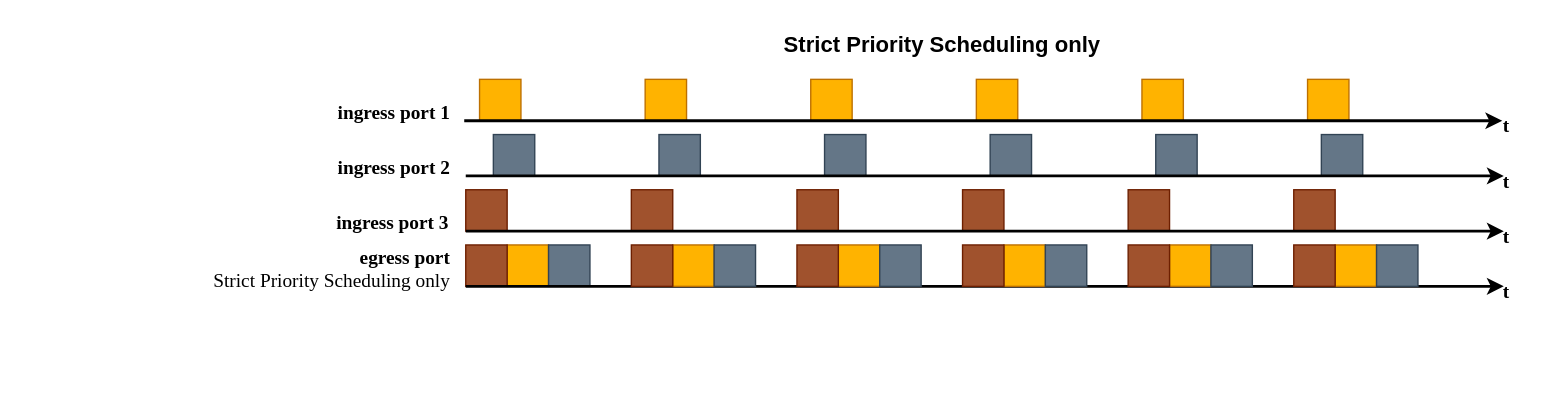
The draw.io diagram static/images/traffic-shaping-strict-prio.drawio in avb-academy/avb_academy, before the edit. Source tidied: cells renumbered, new cells numbered last; positions are measured from the earlier drawing's top-left corner, leaving out a move shared by most shapes. Both pictures are drawn from the tidied source at 138%, with x=0, y=0 at pixel (175, 23).
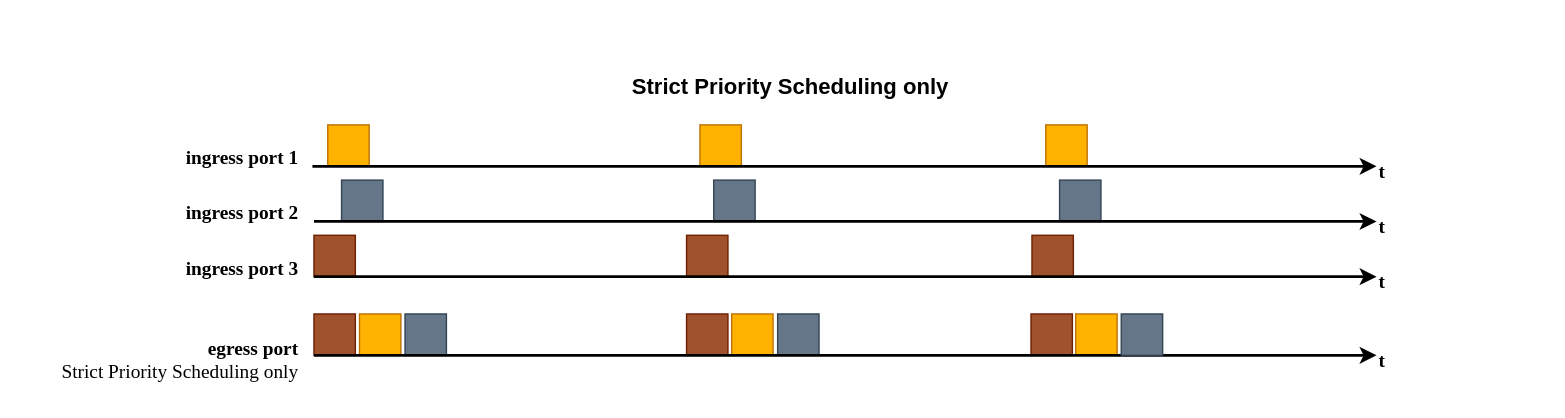
The same diagram, later.

Commit message (it also covers changes not shown here):
ref #90 updates cbs and SP figure

The edit, as a diff of the source:
```diff
@@
-    <mxCell id="2" style="rounded=0;whiteSpace=wrap;html=1;fillColor=#FFB300;fontColor=#000000;strokeColor=#BD7000;" parent="1" vertex="1">
-      <mxGeometry x="220" y="40" width="30" height="30" as="geometry" />
-    </mxCell>
-    <mxCell id="3" style="rounded=0;whiteSpace=wrap;html=1;fillColor=#FFB300;fontColor=#000000;strokeColor=#BD7000;" parent="1" vertex="1">
-      <mxGeometry x="340" y="40" width="30" height="30" as="geometry" />
-    </mxCell>
-    <mxCell id="4" style="rounded=0;whiteSpace=wrap;html=1;fillColor=#647687;fontColor=#ffffff;strokeColor=#314354;" parent="1" vertex="1">
-      <mxGeometry x="230" y="80" width="30" height="30" as="geometry" />
-    </mxCell>
-    <mxCell id="5" style="rounded=0;whiteSpace=wrap;html=1;fillColor=#647687;fontColor=#ffffff;strokeColor=#314354;" parent="1" vertex="1">
-      <mxGeometry x="350" y="80" width="30" height="30" as="geometry" />
-    </mxCell>
-    <mxCell id="6" style="rounded=0;whiteSpace=wrap;html=1;fillColor=#FFB300;fontColor=#000000;strokeColor=#BD7000;" parent="1" vertex="1">
-      <mxGeometry x="240" y="160" width="30" height="30" as="geometry" />
-    </mxCell>
-    <mxCell id="7" style="rounded=0;whiteSpace=wrap;html=1;fillColor=#647687;fontColor=#ffffff;strokeColor=#314354;" parent="1" vertex="1">
-      <mxGeometry x="270" y="160" width="30" height="30" as="geometry" />
-    </mxCell>
-    <mxCell id="8" style="rounded=0;whiteSpace=wrap;html=1;fillColor=#FFB300;fontColor=#000000;strokeColor=#BD7000;" parent="1" vertex="1">
-      <mxGeometry x="460" y="40" width="30" height="30" as="geometry" />
-    </mxCell>
-    <mxCell id="9" style="rounded=0;whiteSpace=wrap;html=1;fillColor=#FFB300;fontColor=#000000;strokeColor=#BD7000;" parent="1" vertex="1">
-      <mxGeometry x="580" y="40" width="30" height="30" as="geometry" />
-    </mxCell>
-    <mxCell id="10" style="rounded=0;whiteSpace=wrap;html=1;fillColor=#647687;fontColor=#ffffff;strokeColor=#314354;" parent="1" vertex="1">
-      <mxGeometry x="470" y="80" width="30" height="30" as="geometry" />
-    </mxCell>
-    <mxCell id="11" style="rounded=0;whiteSpace=wrap;html=1;fillColor=#647687;fontColor=#ffffff;strokeColor=#314354;" parent="1" vertex="1">
-      <mxGeometry x="590" y="80" width="30" height="30" as="geometry" />
-    </mxCell>
-    <mxCell id="12" style="rounded=0;whiteSpace=wrap;html=1;fillColor=#a0522d;fontColor=#ffffff;strokeColor=#6D1F00;" parent="1" vertex="1">
-      <mxGeometry x="210" y="120" width="30" height="30" as="geometry" />
-    </mxCell>
-    <mxCell id="13" style="rounded=0;whiteSpace=wrap;html=1;fillColor=#a0522d;fontColor=#ffffff;strokeColor=#6D1F00;" parent="1" vertex="1">
-      <mxGeometry x="330" y="120" width="30" height="30" as="geometry" />
-    </mxCell>
-    <mxCell id="14" style="rounded=0;whiteSpace=wrap;html=1;fillColor=#a0522d;fontColor=#ffffff;strokeColor=#6D1F00;" parent="1" vertex="1">
-      <mxGeometry x="450" y="120" width="30" height="30" as="geometry" />
-    </mxCell>
-    <mxCell id="15" style="rounded=0;whiteSpace=wrap;html=1;fillColor=#a0522d;fontColor=#ffffff;strokeColor=#6D1F00;" parent="1" vertex="1">
-      <mxGeometry x="570" y="120" width="30" height="30" as="geometry" />
-    </mxCell>
-    <mxCell id="16" style="rounded=0;whiteSpace=wrap;html=1;fillColor=#a0522d;fontColor=#ffffff;strokeColor=#6D1F00;" parent="1" vertex="1">
-      <mxGeometry x="210" y="160" width="30" height="30" as="geometry" />
-    </mxCell>
-    <mxCell id="17" style="rounded=0;whiteSpace=wrap;html=1;fillColor=#FFB300;fontColor=#000000;strokeColor=#BD7000;" parent="1" vertex="1">
-      <mxGeometry x="700" y="40" width="30" height="30" as="geometry" />
-    </mxCell>
-    <mxCell id="18" style="rounded=0;whiteSpace=wrap;html=1;fillColor=#FFB300;fontColor=#000000;strokeColor=#BD7000;" parent="1" vertex="1">
-      <mxGeometry x="820" y="40" width="30" height="30" as="geometry" />
-    </mxCell>
-    <mxCell id="19" style="rounded=0;whiteSpace=wrap;html=1;fillColor=#647687;fontColor=#ffffff;strokeColor=#314354;" parent="1" vertex="1">
-      <mxGeometry x="710" y="80" width="30" height="30" as="geometry" />
-    </mxCell>
-    <mxCell id="20" style="rounded=0;whiteSpace=wrap;html=1;fillColor=#647687;fontColor=#ffffff;strokeColor=#314354;" parent="1" vertex="1">
-      <mxGeometry x="830" y="80" width="30" height="30" as="geometry" />
-    </mxCell>
-    <mxCell id="21" style="rounded=0;whiteSpace=wrap;html=1;fillColor=#a0522d;fontColor=#ffffff;strokeColor=#6D1F00;" parent="1" vertex="1">
-      <mxGeometry x="690" y="120" width="30" height="30" as="geometry" />
-    </mxCell>
-    <mxCell id="22" style="rounded=0;whiteSpace=wrap;html=1;fillColor=#a0522d;fontColor=#ffffff;strokeColor=#6D1F00;" parent="1" vertex="1">
-      <mxGeometry x="810" y="120" width="30" height="30" as="geometry" />
-    </mxCell>
-    <mxCell id="23" style="endArrow=classic;html=1;rounded=0;strokeColor=#000000;fontColor=#FFFFFF;labelBackgroundColor=none;strokeWidth=2;" parent="1" edge="1">
-      <mxGeometry relative="1" as="geometry">
-        <mxPoint x="210" y="190" as="sourcePoint" />
-        <mxPoint x="962.2" y="190" as="targetPoint" />
-      </mxGeometry>
-    </mxCell>
-    <mxCell id="24" style="endArrow=classic;html=1;rounded=0;strokeColor=#000000;fontColor=#FFFFFF;labelBackgroundColor=none;strokeWidth=2;" parent="1" edge="1">
-      <mxGeometry relative="1" as="geometry">
-        <mxPoint x="210" y="150" as="sourcePoint" />
-        <mxPoint x="962.2" y="150" as="targetPoint" />
-      </mxGeometry>
-    </mxCell>
-    <mxCell id="25" style="endArrow=classic;html=1;rounded=0;strokeColor=#000000;fontColor=#FFFFFF;labelBackgroundColor=none;strokeWidth=2;" parent="1" edge="1">
-      <mxGeometry relative="1" as="geometry">
-        <mxPoint x="210" y="110" as="sourcePoint" />
-        <mxPoint x="962.2" y="110" as="targetPoint" />
-      </mxGeometry>
-    </mxCell>
-    <mxCell id="26" style="endArrow=classic;html=1;rounded=0;strokeColor=#000000;fontColor=#FFFFFF;labelBackgroundColor=none;strokeWidth=2;" parent="1" edge="1">
-      <mxGeometry relative="1" as="geometry">
-        <mxPoint x="208.9" y="70" as="sourcePoint" />
-        <mxPoint x="961.1" y="70" as="targetPoint" />
-      </mxGeometry>
-    </mxCell>
+    <mxCell id="51" value="&lt;b&gt;&lt;font face=&quot;Times New Roman&quot;&gt;&lt;font style=&quot;font-size: 14px;&quot;&gt;t&lt;/font&gt;&lt;/font&gt;&lt;/b&gt;" style="text;html=1;align=left;verticalAlign=middle;strokeColor=none;fillColor=none;fontColor=#000000;labelBackgroundColor=none;" parent="1" vertex="1">
+      <mxGeometry x="870" y="230" width="30" height="30" as="geometry" />
+    </mxCell>
+    <mxCell id="52" style="rounded=0;whiteSpace=wrap;html=1;fillColor=#FFB300;fontColor=#000000;strokeColor=#BD7000;" parent="1" vertex="1">
+      <mxGeometry x="110" y="73" width="30" height="30" as="geometry" />
+    </mxCell>
+    <mxCell id="53" style="rounded=0;whiteSpace=wrap;html=1;fillColor=#FFB300;fontColor=#000000;strokeColor=#BD7000;" parent="1" vertex="1">
+      <mxGeometry x="379.7" y="73" width="30" height="30" as="geometry" />
+    </mxCell>
+    <mxCell id="54" style="rounded=0;whiteSpace=wrap;html=1;fillColor=#647687;fontColor=#ffffff;strokeColor=#314354;" parent="1" vertex="1">
+      <mxGeometry x="120" y="113" width="30" height="30" as="geometry" />
+    </mxCell>
+    <mxCell id="55" style="rounded=0;whiteSpace=wrap;html=1;fillColor=#647687;fontColor=#ffffff;strokeColor=#314354;" parent="1" vertex="1">
+      <mxGeometry x="389.7" y="113" width="30" height="30" as="geometry" />
+    </mxCell>
+    <mxCell id="56" style="rounded=0;whiteSpace=wrap;html=1;fillColor=#FFB300;fontColor=#000000;strokeColor=#BD7000;" parent="1" vertex="1">
+      <mxGeometry x="630.3" y="73" width="30" height="30" as="geometry" />
+    </mxCell>
+    <mxCell id="57" style="rounded=0;whiteSpace=wrap;html=1;fillColor=#647687;fontColor=#ffffff;strokeColor=#314354;" parent="1" vertex="1">
+      <mxGeometry x="640.3" y="113" width="30" height="30" as="geometry" />
+    </mxCell>
+    <mxCell id="58" style="rounded=0;whiteSpace=wrap;html=1;fillColor=#a0522d;fontColor=#ffffff;strokeColor=#6D1F00;" parent="1" vertex="1">
+      <mxGeometry x="100" y="153" width="30" height="30" as="geometry" />
+    </mxCell>
+    <mxCell id="59" style="rounded=0;whiteSpace=wrap;html=1;fillColor=#a0522d;fontColor=#ffffff;strokeColor=#6D1F00;" parent="1" vertex="1">
+      <mxGeometry x="370" y="153" width="30" height="30" as="geometry" />
+    </mxCell>
+    <mxCell id="60" style="rounded=0;whiteSpace=wrap;html=1;fillColor=#a0522d;fontColor=#ffffff;strokeColor=#6D1F00;" parent="1" vertex="1">
+      <mxGeometry x="620.3" y="153" width="30" height="30" as="geometry" />
+    </mxCell>
+    <mxCell id="61" style="endArrow=classic;html=1;rounded=0;strokeColor=#000000;fontColor=#FFFFFF;labelBackgroundColor=none;strokeWidth=2;" parent="1" edge="1">
+      <mxGeometry relative="1" as="geometry">
+        <mxPoint x="100" y="183" as="sourcePoint" />
+        <mxPoint x="870" y="183" as="targetPoint" />
+      </mxGeometry>
+    </mxCell>
+    <mxCell id="62" style="endArrow=classic;html=1;rounded=0;strokeColor=#000000;fontColor=#FFFFFF;labelBackgroundColor=none;strokeWidth=2;" parent="1" edge="1">
+      <mxGeometry relative="1" as="geometry">
+        <mxPoint x="100" y="143" as="sourcePoint" />
+        <mxPoint x="870" y="143" as="targetPoint" />
+      </mxGeometry>
+    </mxCell>
+    <mxCell id="63" style="endArrow=classic;html=1;rounded=0;strokeColor=#000000;fontColor=#FFFFFF;labelBackgroundColor=none;strokeWidth=2;" parent="1" edge="1">
+      <mxGeometry relative="1" as="geometry">
+        <mxPoint x="98.9" y="103" as="sourcePoint" />
+        <mxPoint x="870" y="103" as="targetPoint" />
+      </mxGeometry>
+    </mxCell>
     <mxCell id="27" value="&lt;b&gt;&lt;font face=&quot;Times New Roman&quot;&gt;&lt;font style=&quot;font-size: 14px;&quot;&gt;ingress port 1&lt;/font&gt;&lt;/font&gt;&lt;/b&gt;" style="text;html=1;align=right;verticalAlign=middle;strokeColor=none;fillColor=none;fontColor=#000000;" parent="1" vertex="1">
-      <mxGeometry x="100" y="50" width="100" height="30" as="geometry" />
+      <mxGeometry x="-10" y="83" width="100" height="30" as="geometry" />
     </mxCell>
     <mxCell id="28" value="&lt;b&gt;&lt;font face=&quot;Times New Roman&quot;&gt;&lt;font style=&quot;font-size: 14px;&quot;&gt;ingress port 2&lt;/font&gt;&lt;/font&gt;&lt;/b&gt;" style="text;html=1;align=right;verticalAlign=middle;strokeColor=none;fillColor=none;fontColor=#000000;" parent="1" vertex="1">
-      <mxGeometry x="100" y="90" width="100" height="30" as="geometry" />
+      <mxGeometry x="-10" y="123" width="100" height="30" as="geometry" />
     </mxCell>
     <mxCell id="29" value="&lt;b&gt;&lt;font face=&quot;Times New Roman&quot;&gt;&lt;font style=&quot;font-size: 14px;&quot;&gt;ingress port 3&lt;/font&gt;&lt;/font&gt;&lt;/b&gt;" style="text;html=1;align=right;verticalAlign=middle;strokeColor=none;fillColor=none;fontColor=#000000;" parent="1" vertex="1">
-      <mxGeometry x="99" y="130" width="100" height="30" as="geometry" />
+      <mxGeometry x="-10" y="163" width="100" height="30" as="geometry" />
     </mxCell>
-    <mxCell id="30" value="&lt;b&gt;&lt;font face=&quot;Times New Roman&quot;&gt;&lt;font style=&quot;font-size: 14px;&quot;&gt;t&lt;/font&gt;&lt;/font&gt;&lt;/b&gt;" style="text;html=1;align=left;verticalAlign=middle;strokeColor=none;fillColor=none;fontColor=#000000;labelBackgroundColor=none;" parent="1" vertex="1">
-      <mxGeometry x="960" y="60" width="30" height="30" as="geometry" />
-    </mxCell>
-    <mxCell id="31" value="&lt;b&gt;&lt;font face=&quot;Times New Roman&quot;&gt;&lt;font style=&quot;font-size: 14px;&quot;&gt;t&lt;/font&gt;&lt;/font&gt;&lt;/b&gt;" style="text;html=1;align=left;verticalAlign=middle;strokeColor=none;fillColor=none;fontColor=#000000;labelBackgroundColor=none;" parent="1" vertex="1">
-      <mxGeometry x="960" y="100" width="30" height="30" as="geometry" />
-    </mxCell>
-    <mxCell id="32" value="&lt;b&gt;&lt;font face=&quot;Times New Roman&quot;&gt;&lt;font style=&quot;font-size: 14px;&quot;&gt;t&lt;/font&gt;&lt;/font&gt;&lt;/b&gt;" style="text;html=1;align=left;verticalAlign=middle;strokeColor=none;fillColor=none;fontColor=#000000;labelBackgroundColor=none;" parent="1" vertex="1">
-      <mxGeometry x="960" y="140" width="30" height="30" as="geometry" />
-    </mxCell>
-    <mxCell id="33" value="&lt;b&gt;&lt;font face=&quot;Times New Roman&quot;&gt;&lt;font style=&quot;font-size: 14px;&quot;&gt;t&lt;/font&gt;&lt;/font&gt;&lt;/b&gt;" style="text;html=1;align=left;verticalAlign=middle;strokeColor=none;fillColor=none;fontColor=#000000;labelBackgroundColor=none;" parent="1" vertex="1">
-      <mxGeometry x="960" y="180" width="30" height="30" as="geometry" />
-    </mxCell>
     <mxCell id="34" value="&lt;b&gt;&lt;font style=&quot;font-size: 16px;&quot;&gt;Strict Priority Scheduling only&lt;/font&gt;&lt;/b&gt;" style="text;html=1;align=center;verticalAlign=middle;strokeColor=none;fillColor=none;fontColor=#000000;" parent="1" vertex="1">
-      <mxGeometry x="430" width="250" height="30" as="geometry" />
+      <mxGeometry x="320" y="30" width="250" height="30" as="geometry" />
     </mxCell>
+    <mxCell id="64" style="rounded=0;whiteSpace=wrap;html=1;fillColor=#FFB300;fontColor=#000000;strokeColor=#BD7000;" parent="1" vertex="1">
+      <mxGeometry x="133" y="210" width="30" height="30" as="geometry" />
+    </mxCell>
+    <mxCell id="65" style="rounded=0;whiteSpace=wrap;html=1;fillColor=#647687;fontColor=#ffffff;strokeColor=#314354;" parent="1" vertex="1">
+      <mxGeometry x="166" y="210" width="30" height="30" as="geometry" />
+    </mxCell>
+    <mxCell id="66" style="rounded=0;whiteSpace=wrap;html=1;fillColor=#a0522d;fontColor=#ffffff;strokeColor=#6D1F00;" parent="1" vertex="1">
+      <mxGeometry x="100" y="210" width="30" height="30" as="geometry" />
+    </mxCell>
+    <mxCell id="67" style="rounded=0;whiteSpace=wrap;html=1;fillColor=#FFB300;fontColor=#000000;strokeColor=#BD7000;" parent="1" vertex="1">
+      <mxGeometry x="402.7" y="210" width="30" height="30" as="geometry" />
+    </mxCell>
+    <mxCell id="68" style="rounded=0;whiteSpace=wrap;html=1;fillColor=#647687;fontColor=#ffffff;strokeColor=#314354;" parent="1" vertex="1">
+      <mxGeometry x="436" y="210" width="30" height="30" as="geometry" />
+    </mxCell>
+    <mxCell id="69" style="rounded=0;whiteSpace=wrap;html=1;fillColor=#a0522d;fontColor=#ffffff;strokeColor=#6D1F00;" parent="1" vertex="1">
+      <mxGeometry x="370" y="210" width="30" height="30" as="geometry" />
+    </mxCell>
+    <mxCell id="70" style="rounded=0;whiteSpace=wrap;html=1;fillColor=#FFB300;fontColor=#000000;strokeColor=#BD7000;" parent="1" vertex="1">
+      <mxGeometry x="652" y="210" width="30" height="30" as="geometry" />
+    </mxCell>
+    <mxCell id="71" style="rounded=0;whiteSpace=wrap;html=1;fillColor=#a0522d;fontColor=#ffffff;strokeColor=#6D1F00;" parent="1" vertex="1">
+      <mxGeometry x="619.6" y="210" width="30" height="30" as="geometry" />
+    </mxCell>
+    <mxCell id="72" style="endArrow=none;html=1;rounded=0;fillColor=#a0522d;strokeColor=#bd7000;strokeWidth=1;entryX=0;entryY=1;entryDx=0;entryDy=0;dashed=1;" parent="1" edge="1" source="77">
+      <mxGeometry relative="1" as="geometry">
+        <mxPoint x="695.3" y="240" as="targetPoint" />
+      </mxGeometry>
+    </mxCell>
+    <mxCell id="73" style="endArrow=classic;html=1;rounded=0;strokeColor=#000000;fontColor=#FFFFFF;labelBackgroundColor=none;strokeWidth=2;" parent="1" edge="1">
+      <mxGeometry relative="1" as="geometry">
+        <mxPoint x="100" y="240" as="sourcePoint" />
+        <mxPoint x="870" y="240" as="targetPoint" />
+      </mxGeometry>
+    </mxCell>
+    <mxCell id="74" value="&lt;b&gt;&lt;font face=&quot;Times New Roman&quot;&gt;&lt;font style=&quot;font-size: 14px;&quot;&gt;t&lt;/font&gt;&lt;/font&gt;&lt;/b&gt;" style="text;html=1;align=left;verticalAlign=middle;strokeColor=none;fillColor=none;fontColor=#000000;labelBackgroundColor=none;" parent="1" vertex="1">
+      <mxGeometry x="870" y="173" width="30" height="30" as="geometry" />
+    </mxCell>
+    <mxCell id="75" value="&lt;b&gt;&lt;font face=&quot;Times New Roman&quot;&gt;&lt;font style=&quot;font-size: 14px;&quot;&gt;t&lt;/font&gt;&lt;/font&gt;&lt;/b&gt;" style="text;html=1;align=left;verticalAlign=middle;strokeColor=none;fillColor=none;fontColor=#000000;labelBackgroundColor=none;" parent="1" vertex="1">
+      <mxGeometry x="870" y="133" width="30" height="30" as="geometry" />
+    </mxCell>
+    <mxCell id="76" value="&lt;b&gt;&lt;font face=&quot;Times New Roman&quot;&gt;&lt;font style=&quot;font-size: 14px;&quot;&gt;t&lt;/font&gt;&lt;/font&gt;&lt;/b&gt;" style="text;html=1;align=left;verticalAlign=middle;strokeColor=none;fillColor=none;fontColor=#000000;labelBackgroundColor=none;" parent="1" vertex="1">
+      <mxGeometry x="870" y="93" width="30" height="30" as="geometry" />
+    </mxCell>
-    <mxCell id="35" value="&lt;font style=&quot;&quot; face=&quot;Times New Roman&quot;&gt;&lt;font style=&quot;font-size: 14px;&quot;&gt;&lt;b style=&quot;&quot;&gt;egress port&lt;/b&gt;&lt;br&gt;Strict Priority Scheduling only&lt;/font&gt;&lt;/font&gt;" style="text;html=1;align=right;verticalAlign=middle;strokeColor=none;fillColor=none;fontColor=#000000;" parent="1" vertex="1">
-      <mxGeometry y="153" width="200" height="50" as="geometry" />
+    <mxCell id="35" value="&lt;font style=&quot;&quot; face=&quot;Times New Roman&quot;&gt;&lt;font style=&quot;font-size: 14px;&quot;&gt;&lt;b style=&quot;&quot;&gt;egress port&lt;/b&gt;&lt;br&gt;&lt;/font&gt;&lt;/font&gt;&lt;font style=&quot;&quot; face=&quot;Times New Roman&quot;&gt;&lt;font style=&quot;font-size: 14px;&quot;&gt;Strict Priority Scheduling only&lt;/font&gt;&lt;/font&gt;" style="text;html=1;align=right;verticalAlign=middle;strokeColor=none;fillColor=none;fontColor=#000000;" parent="1" vertex="1">
+      <mxGeometry x="-110" y="219" width="200" height="50" as="geometry" />
     </mxCell>
-    <mxCell id="36" style="rounded=0;whiteSpace=wrap;html=1;fillColor=#FFB300;fontColor=#000000;strokeColor=#BD7000;" parent="1" vertex="1">
-      <mxGeometry x="360" y="160" width="30" height="30" as="geometry" />
-    </mxCell>
-    <mxCell id="37" style="rounded=0;whiteSpace=wrap;html=1;fillColor=#647687;fontColor=#ffffff;strokeColor=#314354;" parent="1" vertex="1">
-      <mxGeometry x="390" y="160" width="30" height="30" as="geometry" />
-    </mxCell>
-    <mxCell id="38" style="rounded=0;whiteSpace=wrap;html=1;fillColor=#a0522d;fontColor=#ffffff;strokeColor=#6D1F00;" parent="1" vertex="1">
-      <mxGeometry x="330" y="160" width="30" height="30" as="geometry" />
-    </mxCell>
-    <mxCell id="39" style="rounded=0;whiteSpace=wrap;html=1;fillColor=#FFB300;fontColor=#000000;strokeColor=#BD7000;" parent="1" vertex="1">
-      <mxGeometry x="480" y="160" width="30" height="30" as="geometry" />
-    </mxCell>
-    <mxCell id="40" style="rounded=0;whiteSpace=wrap;html=1;fillColor=#647687;fontColor=#ffffff;strokeColor=#314354;" parent="1" vertex="1">
-      <mxGeometry x="510" y="160" width="30" height="30" as="geometry" />
-    </mxCell>
-    <mxCell id="41" style="rounded=0;whiteSpace=wrap;html=1;fillColor=#a0522d;fontColor=#ffffff;strokeColor=#6D1F00;" parent="1" vertex="1">
-      <mxGeometry x="450" y="160" width="30" height="30" as="geometry" />
-    </mxCell>
-    <mxCell id="42" style="rounded=0;whiteSpace=wrap;html=1;fillColor=#FFB300;fontColor=#000000;strokeColor=#BD7000;" parent="1" vertex="1">
-      <mxGeometry x="600" y="160" width="30" height="30" as="geometry" />
-    </mxCell>
-    <mxCell id="43" style="rounded=0;whiteSpace=wrap;html=1;fillColor=#647687;fontColor=#ffffff;strokeColor=#314354;" parent="1" vertex="1">
-      <mxGeometry x="630" y="160" width="30" height="30" as="geometry" />
-    </mxCell>
-    <mxCell id="44" style="rounded=0;whiteSpace=wrap;html=1;fillColor=#a0522d;fontColor=#ffffff;strokeColor=#6D1F00;" parent="1" vertex="1">
-      <mxGeometry x="570" y="160" width="30" height="30" as="geometry" />
-    </mxCell>
-    <mxCell id="45" style="rounded=0;whiteSpace=wrap;html=1;fillColor=#FFB300;fontColor=#000000;strokeColor=#BD7000;" parent="1" vertex="1">
-      <mxGeometry x="720" y="160" width="30" height="30" as="geometry" />
-    </mxCell>
-    <mxCell id="46" style="rounded=0;whiteSpace=wrap;html=1;fillColor=#647687;fontColor=#ffffff;strokeColor=#314354;" parent="1" vertex="1">
-      <mxGeometry x="750" y="160" width="30" height="30" as="geometry" />
-    </mxCell>
-    <mxCell id="47" style="rounded=0;whiteSpace=wrap;html=1;fillColor=#a0522d;fontColor=#ffffff;strokeColor=#6D1F00;" parent="1" vertex="1">
-      <mxGeometry x="690" y="160" width="30" height="30" as="geometry" />
-    </mxCell>
-    <mxCell id="48" style="rounded=0;whiteSpace=wrap;html=1;fillColor=#FFB300;fontColor=#000000;strokeColor=#BD7000;" parent="1" vertex="1">
-      <mxGeometry x="840" y="160" width="30" height="30" as="geometry" />
-    </mxCell>
-    <mxCell id="49" style="rounded=0;whiteSpace=wrap;html=1;fillColor=#647687;fontColor=#ffffff;strokeColor=#314354;" parent="1" vertex="1">
-      <mxGeometry x="870" y="160" width="30" height="30" as="geometry" />
-    </mxCell>
-    <mxCell id="50" style="rounded=0;whiteSpace=wrap;html=1;fillColor=#a0522d;fontColor=#ffffff;strokeColor=#6D1F00;" parent="1" vertex="1">
-      <mxGeometry x="810" y="160" width="30" height="30" as="geometry" />
-    </mxCell>
+    <mxCell id="77" style="rounded=0;whiteSpace=wrap;html=1;fillColor=#647687;fontColor=#ffffff;strokeColor=#314354;" parent="1" vertex="1">
+      <mxGeometry x="685" y="210" width="30" height="30" as="geometry" />
+    </mxCell>
```
